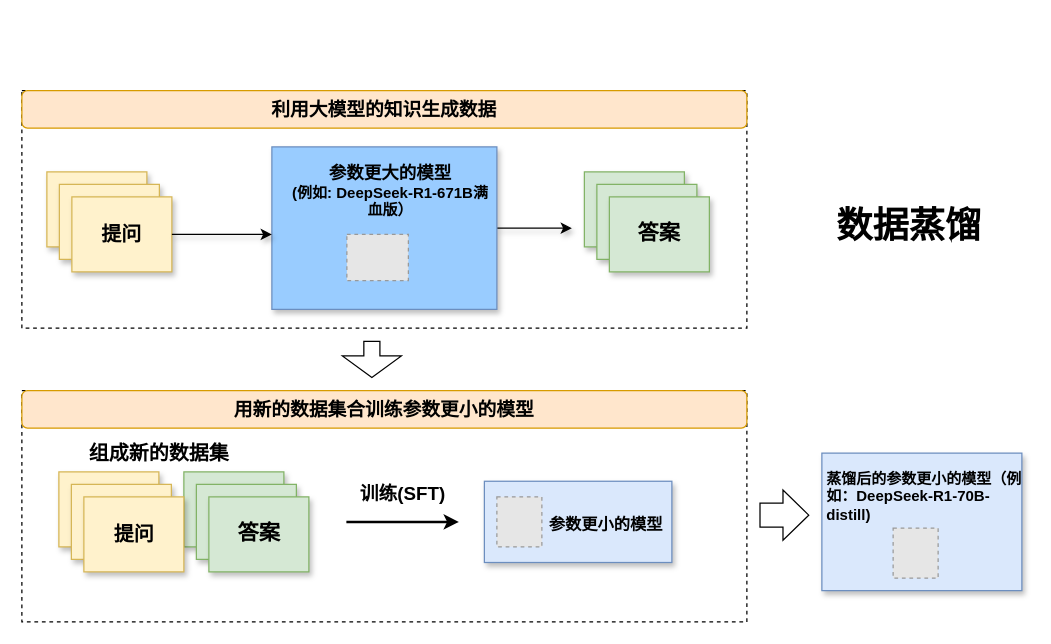
ShizhongP/dl-notes keeps this draw.io diagram as assets/数据蒸馏.drawio. Above is the earlier version. Source tidied: cells renumbered, new cells numbered last; positions are measured from the earlier drawing's top-left corner, leaving out a move shared by most shapes. Both pictures are drawn from the tidied source at 125%, with x=0, y=0 at pixel (21, 90). Pictures stored in the file or linked from it are replaced by grey dashed boxes.
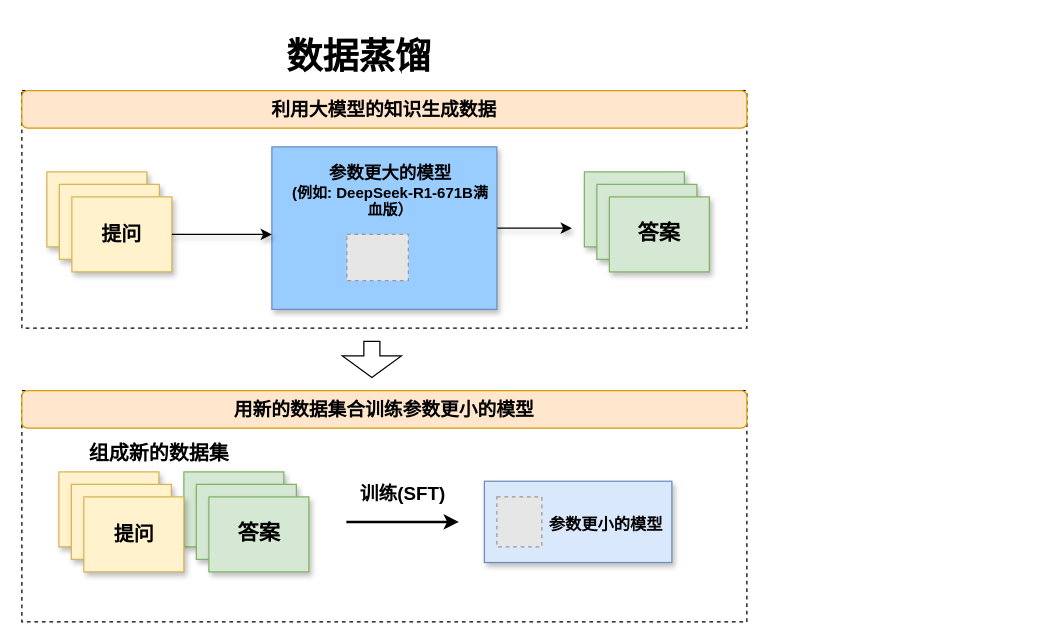
The same diagram, later.

Commit message:
更新数据蒸馏.drawio

What changed in the source:
```diff
@@
-    <mxCell id="29" style="rounded=0;whiteSpace=wrap;html=1;fillColor=#dae8fc;strokeColor=#6c8ebf;shadow=1;" parent="1" vertex="1">
-      <mxGeometry x="640" y="290" width="160" height="110" as="geometry" />
-    </mxCell>
-    <mxCell id="30" style="fillColor=#E6E6E6;strokeColor=#999999;dashed=1;verticalLabelPosition=bottom;labelBackgroundColor=default;verticalAlign=top;" parent="1" vertex="1">
-      <mxGeometry x="697" y="350" width="36" height="40" as="geometry" />
-    </mxCell>
-    <mxCell id="31" value="&lt;b&gt;蒸馏后的参数更小的模型（例如：DeepSeek-R1-70B-distill)&lt;/b&gt;" style="text;whiteSpace=wrap;html=1;" parent="1" vertex="1">
-      <mxGeometry x="642" y="296.9" width="160" height="53.1" as="geometry" />
-    </mxCell>
-    <mxCell id="32" style="shape=flexArrow;endArrow=classic;html=1;rounded=0;width=19.2;endSize=6.536;" parent="1" edge="1">
-      <mxGeometry relative="1" as="geometry">
-        <mxPoint x="590" y="339.6" as="sourcePoint" />
-        <mxPoint x="630" y="339.6" as="targetPoint" />
-      </mxGeometry>
-    </mxCell>
@@
     <mxCell id="34" value="&lt;font style=&quot;font-size: 29px;&quot;&gt;&lt;b&gt;&lt;font&gt;数据蒸馏&lt;/font&gt;&lt;/b&gt;&lt;/font&gt;" style="text;html=1;align=center;verticalAlign=middle;whiteSpace=wrap;rounded=0;" parent="1" vertex="1">
-      <mxGeometry x="630" y="80" width="160" height="55" as="geometry" />
+      <mxGeometry x="190.4" y="-55" width="160" height="55" as="geometry" />
     </mxCell>
```
